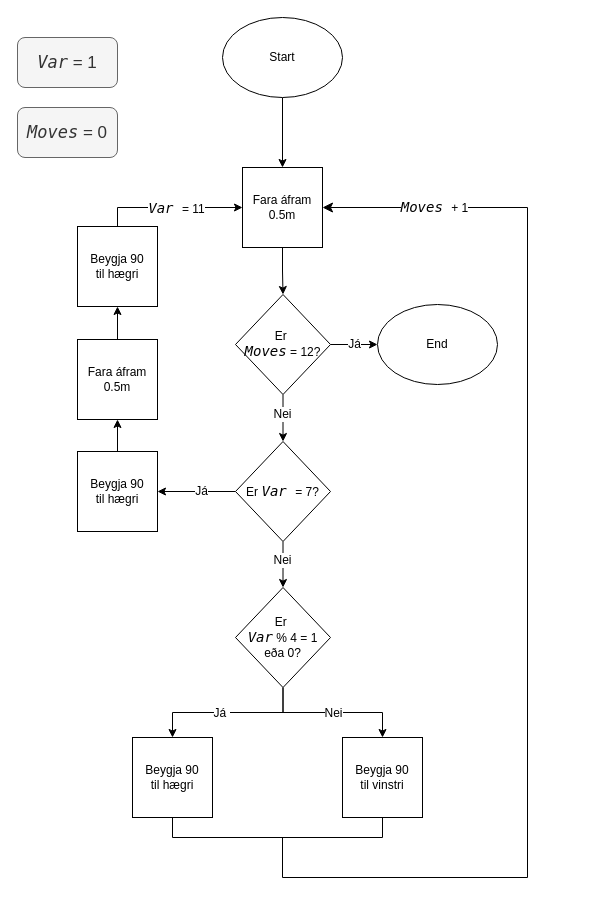
Earlier version of the draw.io diagram verkefni 1/Sikk Sakk Diagram.drawio (NidaleNieve/ROBO2). Source tidied: cells renumbered, new cells numbered last; positions are measured from the earlier drawing's top-left corner, leaving out a move shared by most shapes. Both pictures are drawn from the tidied source at 100%, with x=0, y=0 at pixel (17, 17).
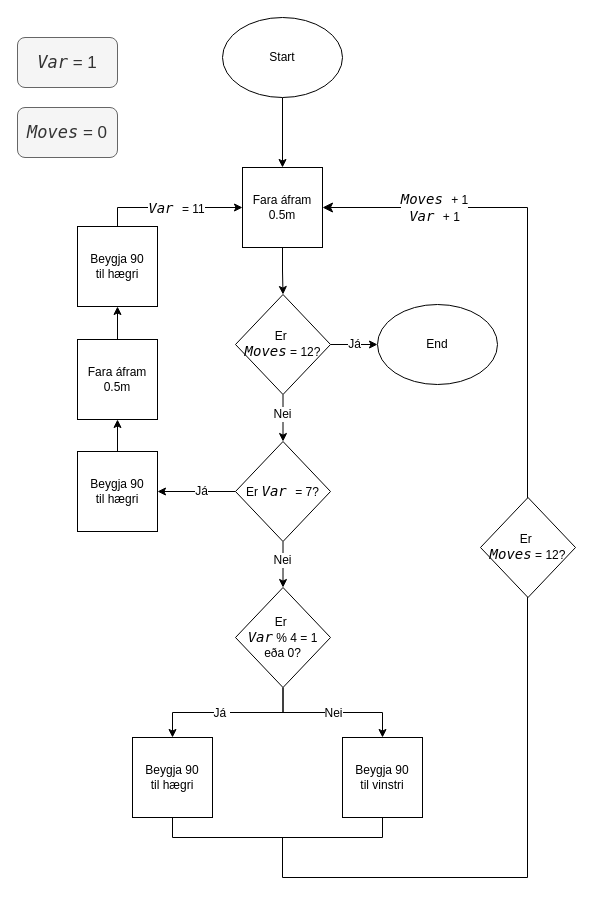
The same diagram, later.

Commit message:
Bætti við var+1 Sikk Sakk Diagram

The change refers to these unchanged cells:
```xml
<mxCell id="34" style="edgeStyle=segmentEdgeStyle;endArrow=classic;html=1;curved=0;rounded=0;endSize=8;startSize=8;sourcePerimeterSpacing=0;targetPerimeterSpacing=0;entryX=1;entryY=0.5;entryDx=0;entryDy=0;" parent="1" edge="1" target="5">
  <mxGeometry relative="1" as="geometry">
    <mxPoint x="265" y="820" as="sourcePoint" />
    <Array as="points">
      <mxPoint x="265" y="860" />
      <mxPoint x="510" y="860" />
      <mxPoint x="510" y="190" />
    </Array>
  </mxGeometry>
</mxCell>
```

The edit, as a diff of the source:
```diff
@@
-    <mxCell id="35" value="&lt;font face=&quot;Lucida Console&quot; style=&quot;font-size: 14px;&quot;&gt;&lt;i&gt;Moves&amp;nbsp;&lt;/i&gt;&lt;/font&gt;&lt;font style=&quot;font-size: 12px;&quot;&gt;+ 1&lt;/font&gt;" style="edgeLabel;html=1;align=center;verticalAlign=middle;" parent="34" vertex="1">
+    <mxCell id="35" value="&lt;div&gt;&lt;font face=&quot;Lucida Console&quot; style=&quot;font-size: 14px;&quot;&gt;&lt;i&gt;Moves&amp;nbsp;&lt;/i&gt;&lt;/font&gt;&lt;font style=&quot;font-size: 12px;&quot;&gt;+ 1&lt;br&gt;&lt;/font&gt;&lt;/div&gt;&lt;div&gt;&lt;div&gt;&lt;font face=&quot;Lucida Console&quot; style=&quot;font-size: 14px;&quot;&gt;&lt;i&gt;Var&amp;nbsp;&lt;/i&gt;&lt;/font&gt;&lt;font style=&quot;font-size: 12px;&quot;&gt;+ 1&lt;br&gt;&lt;/font&gt;&lt;/div&gt;&lt;/div&gt;" style="edgeLabel;html=1;align=center;verticalAlign=middle;" parent="34" vertex="1">
       <mxGeometry x="0.81" y="5" relative="1" as="geometry">
         <mxPoint x="1" y="-6" as="offset" />
       </mxGeometry>
     </mxCell>
+    <mxCell id="36" value="&lt;div&gt;Er&amp;nbsp;&lt;/div&gt;&lt;div&gt;&lt;font style=&quot;font-size: 14px;&quot; face=&quot;Lucida Console&quot;&gt;&lt;i&gt;Moves&lt;/i&gt;&lt;/font&gt;&amp;nbsp;= 12?&lt;/div&gt;" style="rhombus;whiteSpace=wrap;html=1;" parent="1" vertex="1">
+      <mxGeometry x="463" y="480" width="95" height="100" as="geometry" />
+    </mxCell>
```
